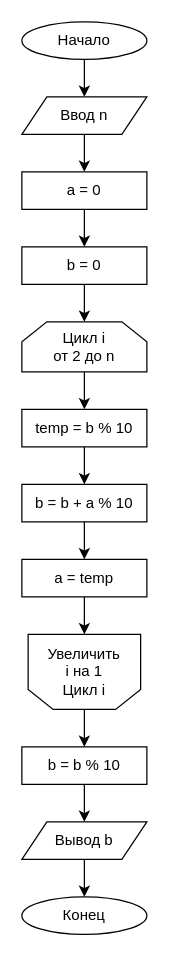
The draw.io diagram page "2.2.2" (2 of 9) of Блок-схемы.drawio in hantagu/practice, before the edit. Source tidied: cells renumbered, new cells numbered last; positions are measured from the earlier drawing's top-left corner, leaving out a move shared by most shapes. Both pictures are drawn from the tidied source at 125%, with x=0, y=0 at pixel (21, 21).
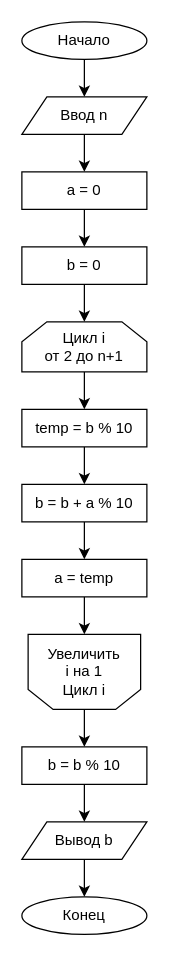
The same diagram, later.

Diff of the diagram source:
```diff
@@
-    <mxCell id="11" value="&lt;div&gt;Цикл i&lt;/div&gt;от 2 до n" style="shape=loopLimit;whiteSpace=wrap;html=1;" parent="1" vertex="1">
+    <mxCell id="11" value="&lt;div&gt;Цикл i&lt;/div&gt;от 2 до n+1" style="shape=loopLimit;whiteSpace=wrap;html=1;" parent="1" vertex="1">
       <mxGeometry y="240" width="100" height="40" as="geometry" />
     </mxCell>
```
